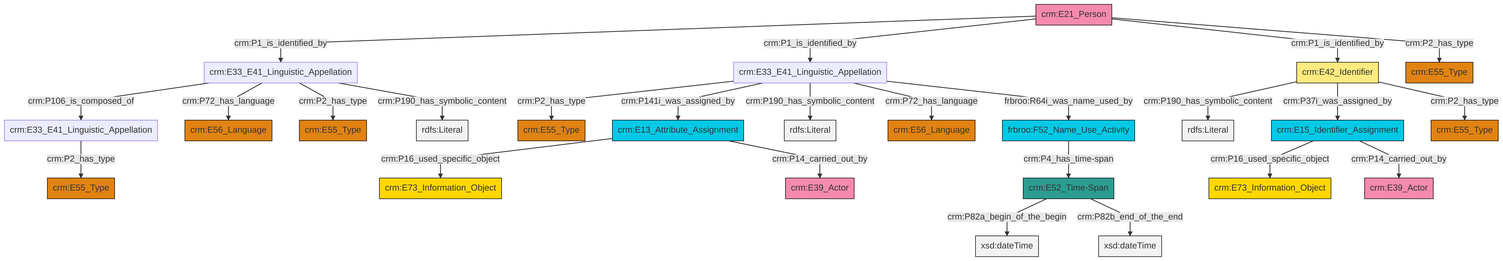
swiss-art-research-net/docs.swissartresearch keeps this Mermaid diagram as et/personCSV/ttl/mmd/png/Person_Names_and_Classification.png. Above is the earlier version. Its source is kept beside it as et/personCSV/ttl/mmd/Person_Names_and_Classification.ttl.mmd. Source of this version:
```mermaid
graph TD
classDef Literal fill:#f2f2f2,stroke:#000000;
classDef CRM_Entity fill:#FFFFFF,stroke:#000000;
classDef Temporal_Entity fill:#00C9E6, stroke:#000000;
classDef Type fill:#E18312, stroke:#000000;
classDef Time-Span fill:#2C9C91, stroke:#000000;
classDef Appellation fill:#FFEB7F, stroke:#000000;
classDef Place fill:#008836, stroke:#000000;
classDef Persistent_Item fill:#B266B2, stroke:#000000;
classDef Conceptual_Object fill:#FFD700, stroke:#000000;
classDef Physical_Thing fill:#D2B48C, stroke:#000000;
classDef Actor fill:#f58aad, stroke:#000000;
classDef PC_Classes fill:#4ce600, stroke:#000000;
classDef Multi fill:#cccccc,stroke:#000000;

0["crm:E15_Identifier_Assignment"]:::Temporal_Entity -->|crm:P16_used_specific_object| 1["crm:E73_Information_Object"]:::Conceptual_Object
8["frbroo:F52_Name_Use_Activity"]:::Temporal_Entity -->|crm:P4_has_time-span| 9["crm:E52_Time-Span"]:::Time-Span
10["crm:E33_E41_Linguistic_Appellation"]:::Default -->|crm:P106_is_composed_of| 4["crm:E33_E41_Linguistic_Appellation"]:::Default
17["crm:E21_Person"]:::Actor -->|crm:P1_is_identified_by| 10["crm:E33_E41_Linguistic_Appellation"]:::Default
0["crm:E15_Identifier_Assignment"]:::Temporal_Entity -->|crm:P14_carried_out_by| 11["crm:E39_Actor"]:::Actor
20["crm:E13_Attribute_Assignment"]:::Temporal_Entity -->|crm:P16_used_specific_object| 15["crm:E73_Information_Object"]:::Conceptual_Object
10["crm:E33_E41_Linguistic_Appellation"]:::Default -->|crm:P72_has_language| 21["crm:E56_Language"]:::Type
24["crm:E33_E41_Linguistic_Appellation"]:::Default -->|crm:P2_has_type| 22["crm:E55_Type"]:::Type
28["crm:E42_Identifier"]:::Appellation -->|crm:P190_has_symbolic_content| 29[rdfs:Literal]:::Literal
24["crm:E33_E41_Linguistic_Appellation"]:::Default -->|crm:P141i_was_assigned_by| 20["crm:E13_Attribute_Assignment"]:::Temporal_Entity
17["crm:E21_Person"]:::Actor -->|crm:P1_is_identified_by| 24["crm:E33_E41_Linguistic_Appellation"]:::Default
24["crm:E33_E41_Linguistic_Appellation"]:::Default -->|crm:P190_has_symbolic_content| 33[rdfs:Literal]:::Literal
28["crm:E42_Identifier"]:::Appellation -->|crm:P37i_was_assigned_by| 0["crm:E15_Identifier_Assignment"]:::Temporal_Entity
9["crm:E52_Time-Span"]:::Time-Span -->|crm:P82a_begin_of_the_begin| 37[xsd:dateTime]:::Literal
28["crm:E42_Identifier"]:::Appellation -->|crm:P2_has_type| 26["crm:E55_Type"]:::Type
24["crm:E33_E41_Linguistic_Appellation"]:::Default -->|crm:P72_has_language| 2["crm:E56_Language"]:::Type
20["crm:E13_Attribute_Assignment"]:::Temporal_Entity -->|crm:P14_carried_out_by| 6["crm:E39_Actor"]:::Actor
10["crm:E33_E41_Linguistic_Appellation"]:::Default -->|crm:P2_has_type| 31["crm:E55_Type"]:::Type
24["crm:E33_E41_Linguistic_Appellation"]:::Default -->|frbroo:R64i_was_name_used_by| 8["frbroo:F52_Name_Use_Activity"]:::Temporal_Entity
17["crm:E21_Person"]:::Actor -->|crm:P1_is_identified_by| 28["crm:E42_Identifier"]:::Appellation
9["crm:E52_Time-Span"]:::Time-Span -->|crm:P82b_end_of_the_end| 43[xsd:dateTime]:::Literal
10["crm:E33_E41_Linguistic_Appellation"]:::Default -->|crm:P190_has_symbolic_content| 44[rdfs:Literal]:::Literal
4["crm:E33_E41_Linguistic_Appellation"]:::Default -->|crm:P2_has_type| 13["crm:E55_Type"]:::Type
17["crm:E21_Person"]:::Actor -->|crm:P2_has_type| 18["crm:E55_Type"]:::Type
```
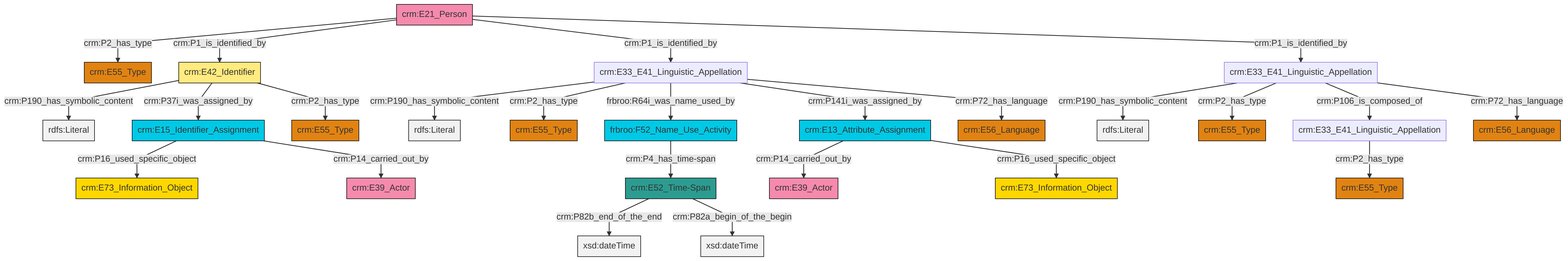
The same diagram one commit later.

Change to the diagram source:
```diff
@@ -13,27 +13,27 @@
 classDef PC_Classes fill:#4ce600, stroke:#000000;
 classDef Multi fill:#cccccc,stroke:#000000;
 
-0["crm:E15_Identifier_Assignment"]:::Temporal_Entity -->|crm:P16_used_specific_object| 1["crm:E73_Information_Object"]:::Conceptual_Object
-8["frbroo:F52_Name_Use_Activity"]:::Temporal_Entity -->|crm:P4_has_time-span| 9["crm:E52_Time-Span"]:::Time-Span
-10["crm:E33_E41_Linguistic_Appellation"]:::Default -->|crm:P106_is_composed_of| 4["crm:E33_E41_Linguistic_Appellation"]:::Default
-17["crm:E21_Person"]:::Actor -->|crm:P1_is_identified_by| 10["crm:E33_E41_Linguistic_Appellation"]:::Default
-0["crm:E15_Identifier_Assignment"]:::Temporal_Entity -->|crm:P14_carried_out_by| 11["crm:E39_Actor"]:::Actor
-20["crm:E13_Attribute_Assignment"]:::Temporal_Entity -->|crm:P16_used_specific_object| 15["crm:E73_Information_Object"]:::Conceptual_Object
-10["crm:E33_E41_Linguistic_Appellation"]:::Default -->|crm:P72_has_language| 21["crm:E56_Language"]:::Type
-24["crm:E33_E41_Linguistic_Appellation"]:::Default -->|crm:P2_has_type| 22["crm:E55_Type"]:::Type
-28["crm:E42_Identifier"]:::Appellation -->|crm:P190_has_symbolic_content| 29[rdfs:Literal]:::Literal
-24["crm:E33_E41_Linguistic_Appellation"]:::Default -->|crm:P141i_was_assigned_by| 20["crm:E13_Attribute_Assignment"]:::Temporal_Entity
-17["crm:E21_Person"]:::Actor -->|crm:P1_is_identified_by| 24["crm:E33_E41_Linguistic_Appellation"]:::Default
-24["crm:E33_E41_Linguistic_Appellation"]:::Default -->|crm:P190_has_symbolic_content| 33[rdfs:Literal]:::Literal
-28["crm:E42_Identifier"]:::Appellation -->|crm:P37i_was_assigned_by| 0["crm:E15_Identifier_Assignment"]:::Temporal_Entity
-9["crm:E52_Time-Span"]:::Time-Span -->|crm:P82a_begin_of_the_begin| 37[xsd:dateTime]:::Literal
-28["crm:E42_Identifier"]:::Appellation -->|crm:P2_has_type| 26["crm:E55_Type"]:::Type
-24["crm:E33_E41_Linguistic_Appellation"]:::Default -->|crm:P72_has_language| 2["crm:E56_Language"]:::Type
-20["crm:E13_Attribute_Assignment"]:::Temporal_Entity -->|crm:P14_carried_out_by| 6["crm:E39_Actor"]:::Actor
-10["crm:E33_E41_Linguistic_Appellation"]:::Default -->|crm:P2_has_type| 31["crm:E55_Type"]:::Type
-24["crm:E33_E41_Linguistic_Appellation"]:::Default -->|frbroo:R64i_was_name_used_by| 8["frbroo:F52_Name_Use_Activity"]:::Temporal_Entity
-17["crm:E21_Person"]:::Actor -->|crm:P1_is_identified_by| 28["crm:E42_Identifier"]:::Appellation
-9["crm:E52_Time-Span"]:::Time-Span -->|crm:P82b_end_of_the_end| 43[xsd:dateTime]:::Literal
-10["crm:E33_E41_Linguistic_Appellation"]:::Default -->|crm:P190_has_symbolic_content| 44[rdfs:Literal]:::Literal
-4["crm:E33_E41_Linguistic_Appellation"]:::Default -->|crm:P2_has_type| 13["crm:E55_Type"]:::Type
-17["crm:E21_Person"]:::Actor -->|crm:P2_has_type| 18["crm:E55_Type"]:::Type
+0["crm:E33_E41_Linguistic_Appellation"]:::Default -->|crm:P190_has_symbolic_content| 1[rdfs:Literal]:::Literal
+2["crm:E21_Person"]:::Actor -->|crm:P2_has_type| 3["crm:E55_Type"]:::Type
+4["crm:E33_E41_Linguistic_Appellation"]:::Default -->|crm:P190_has_symbolic_content| 5[rdfs:Literal]:::Literal
+4["crm:E33_E41_Linguistic_Appellation"]:::Default -->|crm:P2_has_type| 6["crm:E55_Type"]:::Type
+7["frbroo:F52_Name_Use_Activity"]:::Temporal_Entity -->|crm:P4_has_time-span| 8["crm:E52_Time-Span"]:::Time-Span
+0["crm:E33_E41_Linguistic_Appellation"]:::Default -->|crm:P2_has_type| 9["crm:E55_Type"]:::Type
+2["crm:E21_Person"]:::Actor -->|crm:P1_is_identified_by| 10["crm:E42_Identifier"]:::Appellation
+23["crm:E15_Identifier_Assignment"]:::Temporal_Entity -->|crm:P16_used_specific_object| 24["crm:E73_Information_Object"]:::Conceptual_Object
+4["crm:E33_E41_Linguistic_Appellation"]:::Default -->|crm:P106_is_composed_of| 19["crm:E33_E41_Linguistic_Appellation"]:::Default
+4["crm:E33_E41_Linguistic_Appellation"]:::Default -->|crm:P72_has_language| 13["crm:E56_Language"]:::Type
+0["crm:E33_E41_Linguistic_Appellation"]:::Default -->|frbroo:R64i_was_name_used_by| 7["frbroo:F52_Name_Use_Activity"]:::Temporal_Entity
+2["crm:E21_Person"]:::Actor -->|crm:P1_is_identified_by| 0["crm:E33_E41_Linguistic_Appellation"]:::Default
+8["crm:E52_Time-Span"]:::Time-Span -->|crm:P82b_end_of_the_end| 35[xsd:dateTime]:::Literal
+0["crm:E33_E41_Linguistic_Appellation"]:::Default -->|crm:P141i_was_assigned_by| 25["crm:E13_Attribute_Assignment"]:::Temporal_Entity
+0["crm:E33_E41_Linguistic_Appellation"]:::Default -->|crm:P72_has_language| 37["crm:E56_Language"]:::Type
+8["crm:E52_Time-Span"]:::Time-Span -->|crm:P82a_begin_of_the_begin| 40[xsd:dateTime]:::Literal
+25["crm:E13_Attribute_Assignment"]:::Temporal_Entity -->|crm:P14_carried_out_by| 41["crm:E39_Actor"]:::Actor
+10["crm:E42_Identifier"]:::Appellation -->|crm:P190_has_symbolic_content| 44[rdfs:Literal]:::Literal
+2["crm:E21_Person"]:::Actor -->|crm:P1_is_identified_by| 4["crm:E33_E41_Linguistic_Appellation"]:::Default
+25["crm:E13_Attribute_Assignment"]:::Temporal_Entity -->|crm:P16_used_specific_object| 33["crm:E73_Information_Object"]:::Conceptual_Object
+10["crm:E42_Identifier"]:::Appellation -->|crm:P37i_was_assigned_by| 23["crm:E15_Identifier_Assignment"]:::Temporal_Entity
+23["crm:E15_Identifier_Assignment"]:::Temporal_Entity -->|crm:P14_carried_out_by| 30["crm:E39_Actor"]:::Actor
+19["crm:E33_E41_Linguistic_Appellation"]:::Default -->|crm:P2_has_type| 17["crm:E55_Type"]:::Type
+10["crm:E42_Identifier"]:::Appellation -->|crm:P2_has_type| 21["crm:E55_Type"]:::Type
```
